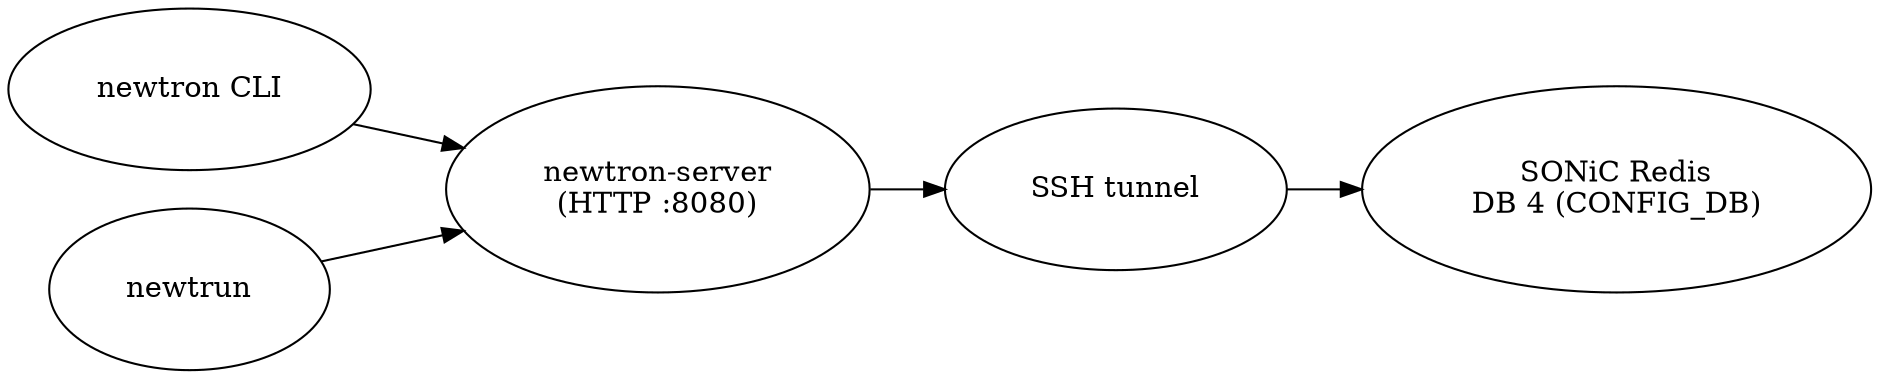
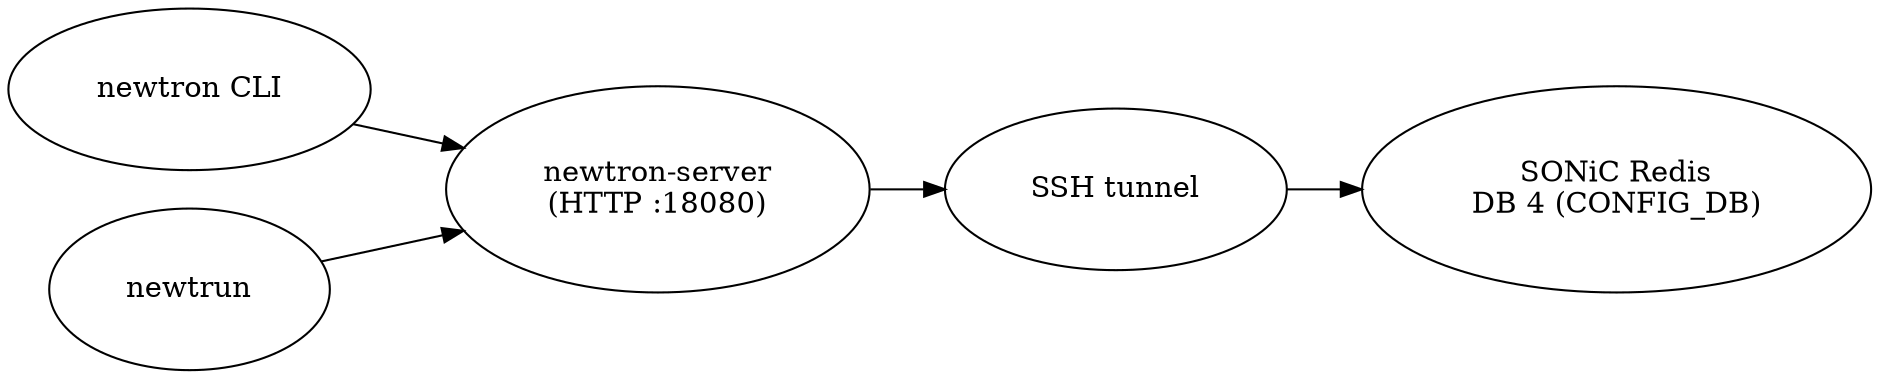
digraph {
    rankdir=LR;
-     "\n  newtron CLI  \n\n" -> "\n  newtron-server  \n  (HTTP :8080)  \n\n";
-     "\n  newtrun  \n\n" -> "\n  newtron-server  \n  (HTTP :8080)  \n\n";
-     "\n  newtron-server  \n  (HTTP :8080)  \n\n" -> "\n  SSH tunnel  \n\n";
+     "\n  newtron CLI  \n\n" -> "\n  newtron-server  \n  (HTTP :18080)  \n\n";
+     "\n  newtrun  \n\n" -> "\n  newtron-server  \n  (HTTP :18080)  \n\n";
+     "\n  newtron-server  \n  (HTTP :18080)  \n\n" -> "\n  SSH tunnel  \n\n";
    "\n  SSH tunnel  \n\n" -> "\n  SONiC Redis  \n  DB 4 (CONFIG_DB)  \n\n";
}
